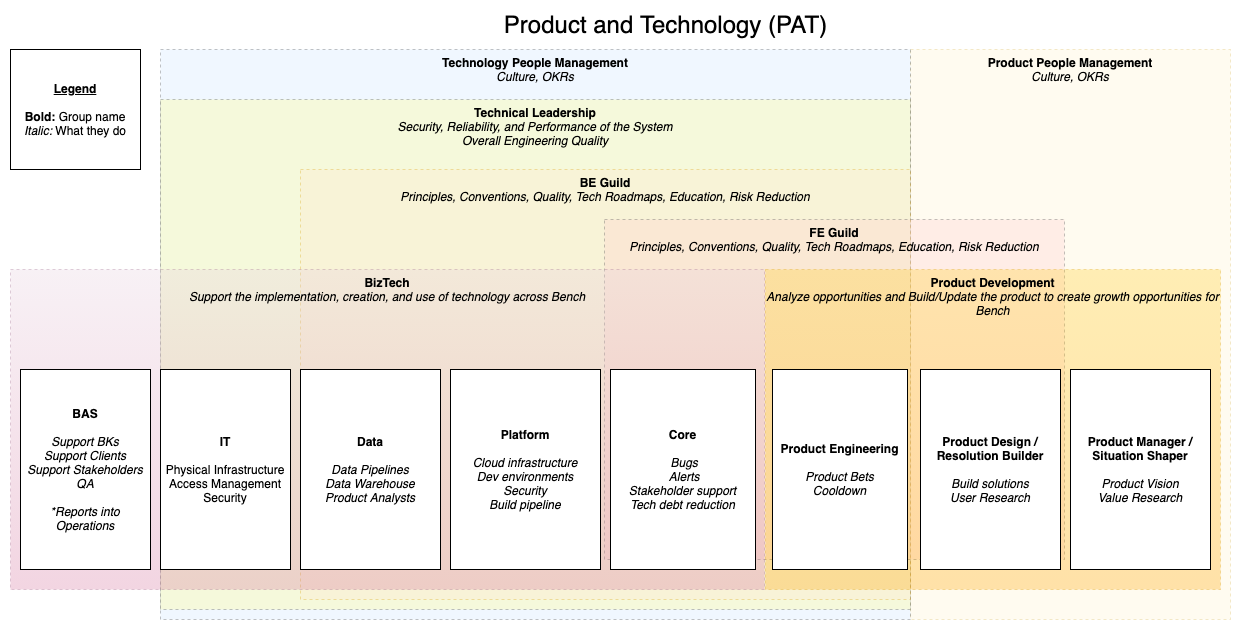
This is images/groups-and-functions.png from BenchLabs/bench-technology-handbook, a draw.io export, as it was before one commit. Source tidied: cells renumbered, new cells last; positions are measured from the earlier drawing's top-left corner, leaving out a move shared by most shapes.
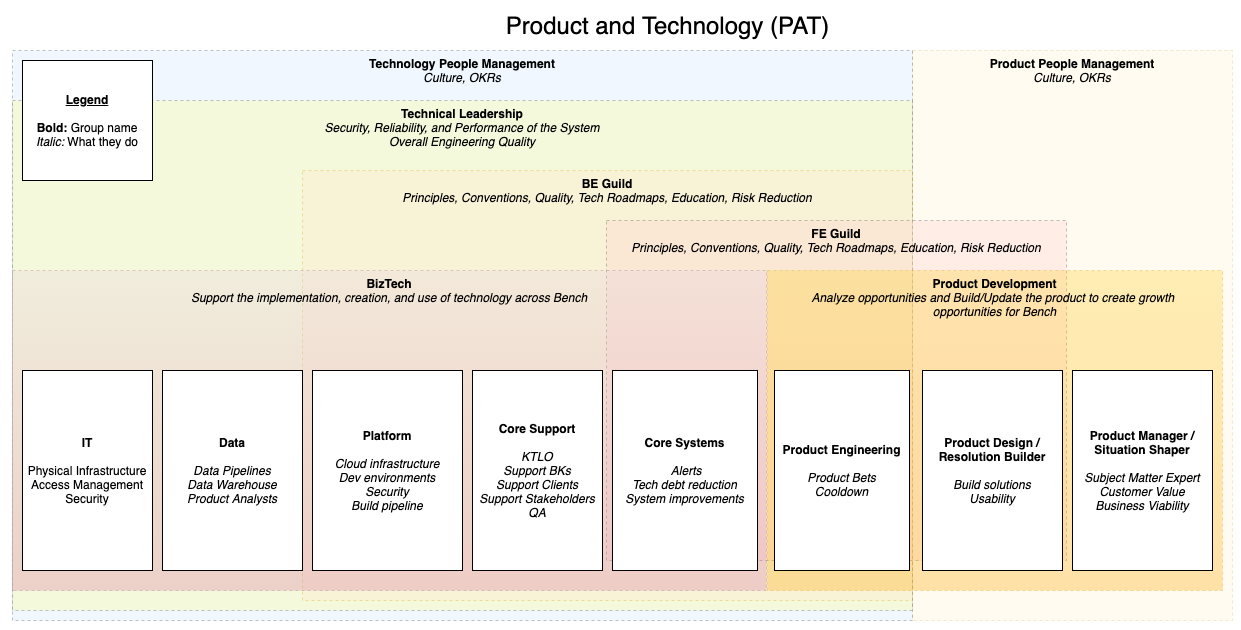
After the change.

Commit message:
update core definition

What changed in the source:
```diff
@@ -6,10 +6,10 @@
       <mxGeometry x="900" y="35" width="320" height="570" as="geometry" />
     </mxCell>
     <mxCell id="3" value="&lt;b&gt;Technology People Management&lt;br&gt;&lt;/b&gt;&lt;i&gt;Culture, OKRs&lt;/i&gt;" style="rounded=0;whiteSpace=wrap;html=1;verticalAlign=top;dashed=1;opacity=30;fillColor=#cce5ff;strokeColor=#36393d;" parent="1" vertex="1">
-      <mxGeometry x="150" y="35" width="750" height="570" as="geometry" />
+      <mxGeometry y="35" width="900" height="570" as="geometry" />
     </mxCell>
     <mxCell id="4" value="&lt;b&gt;Technical Leadership&lt;br&gt;&lt;/b&gt;&lt;i&gt;Security, Reliability, and Performance of the System&lt;br&gt;Overall Engineering Quality&lt;/i&gt;" style="rounded=0;whiteSpace=wrap;html=1;verticalAlign=top;dashed=1;opacity=30;fillColor=#ffff88;strokeColor=#36393d;" parent="1" vertex="1">
-      <mxGeometry x="150" y="85" width="750" height="510" as="geometry" />
+      <mxGeometry y="85" width="900" height="510" as="geometry" />
     </mxCell>
     <mxCell id="5" value="&lt;b&gt;BE Guild&lt;/b&gt;&lt;br&gt;&lt;i&gt;Principles, Conventions, Quality, Tech Roadmaps, Education, Risk Reduction&lt;/i&gt;" style="rounded=0;whiteSpace=wrap;html=1;dashed=1;verticalAlign=top;opacity=30;strokeColor=#d79b00;fillColor=#ffe6cc;" parent="1" vertex="1">
       <mxGeometry x="290" y="155" width="610" height="430" as="geometry" />
@@ -17,17 +17,17 @@
     <mxCell id="6" value="&lt;b&gt;FE Guild&lt;br&gt;&lt;/b&gt;&lt;i&gt;Principles, Conventions, Quality, Tech Roadmaps, Education, Risk Reduction&lt;/i&gt;&lt;b&gt;&lt;br&gt;&lt;/b&gt;" style="rounded=0;whiteSpace=wrap;html=1;verticalAlign=top;dashed=1;opacity=30;fillColor=#ffcccc;strokeColor=#36393d;" parent="1" vertex="1">
       <mxGeometry x="594" y="205" width="460" height="340" as="geometry" />
     </mxCell>
-    <mxCell id="7" value="&lt;b&gt;Product Development&lt;/b&gt;&lt;br&gt;&lt;i&gt;Analyze opportunities and Build/Update the product to create growth opportunities for Bench&lt;/i&gt;" style="rounded=0;whiteSpace=wrap;html=1;verticalAlign=top;dashed=1;opacity=30;fillColor=#ffcd28;strokeColor=#d79b00;gradientColor=#ffa500;" parent="1" vertex="1">
+    <mxCell id="7" value="&lt;b&gt;Product Development&lt;/b&gt;&lt;br&gt;&lt;i&gt;Analyze opportunities and Build/Update the product to create growth &lt;br&gt;opportunities for Bench&lt;/i&gt;" style="rounded=0;whiteSpace=wrap;html=1;verticalAlign=top;dashed=1;opacity=30;fillColor=#ffcd28;strokeColor=#d79b00;gradientColor=#ffa500;" parent="1" vertex="1">
       <mxGeometry x="755" y="255" width="455" height="320" as="geometry" />
     </mxCell>
-    <mxCell id="8" value="&lt;b&gt;Product Manager / Situation Shaper&lt;/b&gt;&lt;br&gt;&lt;br&gt;&lt;i&gt;Product Vision&lt;br&gt;Value Research&lt;/i&gt;" style="rounded=0;whiteSpace=wrap;html=1;" parent="1" vertex="1">
+    <mxCell id="8" value="&lt;b&gt;Product Manager / Situation Shaper&lt;/b&gt;&lt;br&gt;&lt;br&gt;&lt;i&gt;Subject Matter Expert&lt;br&gt;Customer Value&lt;br&gt;Business Viability&lt;/i&gt;" style="rounded=0;whiteSpace=wrap;html=1;" parent="1" vertex="1">
       <mxGeometry x="1060" y="355" width="140" height="200" as="geometry" />
     </mxCell>
-    <mxCell id="9" value="&lt;b&gt;Product Design / Resolution Builder&lt;br&gt;&lt;/b&gt;&lt;br&gt;&lt;i&gt;Build solutions&lt;br&gt;User Research&lt;br&gt;&lt;/i&gt;" style="rounded=0;whiteSpace=wrap;html=1;" parent="1" vertex="1">
+    <mxCell id="9" value="&lt;b&gt;Product Design / Resolution Builder&lt;br&gt;&lt;/b&gt;&lt;br&gt;&lt;i&gt;Build solutions&lt;br&gt;Usability&lt;br&gt;&lt;/i&gt;" style="rounded=0;whiteSpace=wrap;html=1;" parent="1" vertex="1">
       <mxGeometry x="910" y="355" width="140" height="200" as="geometry" />
     </mxCell>
     <mxCell id="10" value="&lt;b&gt;&lt;u&gt;Legend&lt;/u&gt;&lt;/b&gt;&lt;br&gt;&lt;br&gt;&lt;b&gt;Bold:&lt;/b&gt; Group name&lt;br&gt;&lt;div&gt;&lt;i&gt;Italic: &lt;/i&gt;What they do&lt;/div&gt;" style="rounded=0;whiteSpace=wrap;html=1;align=center;" parent="1" vertex="1">
-      <mxGeometry y="35" width="130" height="120" as="geometry" />
+      <mxGeometry x="10" y="45" width="130" height="120" as="geometry" />
     </mxCell>
     <mxCell id="11" style="edgeStyle=orthogonalEdgeStyle;rounded=0;orthogonalLoop=1;jettySize=auto;html=1;exitX=0.5;exitY=1;exitDx=0;exitDy=0;" parent="1" edge="1" source="10" target="10">
       <mxGeometry relative="1" as="geometry" />
@@ -36,21 +36,21 @@
       <mxGeometry y="255" width="754" height="320" as="geometry" />
     </mxCell>
     <mxCell id="13" value="&lt;b&gt;IT&lt;br&gt;&lt;/b&gt;&lt;br&gt;&lt;div&gt;&lt;span&gt;Physical Infrastructure&lt;/span&gt;&lt;/div&gt;&lt;div&gt;&lt;span&gt;Access Management&lt;/span&gt;&lt;/div&gt;&lt;div&gt;&lt;span&gt;Security&lt;/span&gt;&lt;/div&gt;" style="rounded=0;whiteSpace=wrap;html=1;align=center;" parent="1" vertex="1">
-      <mxGeometry x="150" y="355" width="130" height="200" as="geometry" />
+      <mxGeometry x="10" y="355" width="130" height="200" as="geometry" />
     </mxCell>
     <mxCell id="14" value="&lt;b&gt;Data&lt;/b&gt;&lt;br&gt;&lt;br&gt;&lt;i&gt;Data Pipelines&lt;br&gt;Data Warehouse&lt;br&gt;Product Analysts&lt;/i&gt;" style="rounded=0;whiteSpace=wrap;html=1;" parent="1" vertex="1">
-      <mxGeometry x="290" y="355" width="140" height="200" as="geometry" />
+      <mxGeometry x="150" y="355" width="140" height="200" as="geometry" />
     </mxCell>
     <mxCell id="15" value="&lt;b&gt;Platform&lt;/b&gt;&lt;br&gt;&lt;br&gt;&lt;i&gt;Cloud infrastructure&lt;br&gt;Dev environments&lt;br&gt;Security&lt;br&gt;Build pipeline&lt;/i&gt;" style="rounded=0;whiteSpace=wrap;html=1;" parent="1" vertex="1">
-      <mxGeometry x="440" y="355" width="150" height="200" as="geometry" />
+      <mxGeometry x="300" y="355" width="150" height="200" as="geometry" />
     </mxCell>
-    <mxCell id="16" value="&lt;b&gt;BAS&lt;/b&gt;&lt;br&gt;&lt;br&gt;&lt;div&gt;&lt;span&gt;&lt;i&gt;Support BKs&lt;/i&gt;&lt;/span&gt;&lt;/div&gt;&lt;i&gt;&lt;span&gt;&lt;div&gt;&lt;span&gt;Support Clients&lt;/span&gt;&lt;/div&gt;&lt;/span&gt;&lt;span&gt;&lt;div&gt;&lt;span&gt;Support Stakeholders&lt;/span&gt;&lt;/div&gt;&lt;/span&gt;&lt;span&gt;&lt;div&gt;&lt;span&gt;QA&lt;/span&gt;&lt;/div&gt;&lt;div&gt;&lt;span&gt;&lt;br&gt;&lt;/span&gt;&lt;/div&gt;&lt;div&gt;&lt;span&gt;*Reports into Operations&lt;/span&gt;&lt;/div&gt;&lt;/span&gt;&lt;/i&gt;" style="rounded=0;whiteSpace=wrap;html=1;align=center;" parent="1" vertex="1">
-      <mxGeometry x="10" y="355" width="130" height="200" as="geometry" />
+    <mxCell id="16" value="&lt;b&gt;Core Support&lt;/b&gt;&lt;br&gt;&lt;br&gt;&lt;div&gt;&lt;span&gt;&lt;i&gt;KTLO&lt;/i&gt;&lt;/span&gt;&lt;/div&gt;&lt;div&gt;&lt;span&gt;&lt;i&gt;Support BKs&lt;/i&gt;&lt;/span&gt;&lt;/div&gt;&lt;i&gt;&lt;span&gt;&lt;div&gt;&lt;span&gt;Support Clients&lt;/span&gt;&lt;/div&gt;&lt;/span&gt;&lt;span&gt;&lt;div&gt;&lt;span&gt;Support Stakeholders&lt;/span&gt;&lt;/div&gt;&lt;/span&gt;&lt;span&gt;&lt;div&gt;&lt;span&gt;QA&lt;/span&gt;&lt;/div&gt;&lt;/span&gt;&lt;/i&gt;" style="rounded=0;whiteSpace=wrap;html=1;align=center;" parent="1" vertex="1">
+      <mxGeometry x="460" y="355" width="130" height="200" as="geometry" />
     </mxCell>
     <mxCell id="17" value="&lt;b&gt;Product Engineering&lt;/b&gt;&lt;br&gt;&lt;br&gt;&lt;i&gt;Product Bets&lt;br&gt;Cooldown&lt;/i&gt;" style="rounded=0;whiteSpace=wrap;html=1;fillColor=#FFFFFF;" parent="1" vertex="1">
       <mxGeometry x="762" y="355" width="135" height="200" as="geometry" />
     </mxCell>
-    <mxCell id="18" value="&lt;b&gt;Core&lt;/b&gt;&lt;br&gt;&lt;br&gt;&lt;div&gt;&amp;nbsp;&lt;i&gt;Bugs&lt;/i&gt;&lt;/div&gt;&lt;div&gt;&lt;i&gt;&amp;nbsp;Alerts&lt;/i&gt;&lt;/div&gt;&lt;div&gt;&lt;i&gt;Stakeholder support&lt;/i&gt;&lt;br&gt;&lt;/div&gt;&lt;div&gt;&lt;i&gt;Tech debt reduction&lt;/i&gt;&lt;/div&gt;" style="rounded=0;whiteSpace=wrap;html=1;fillColor=#FFFFFF;" parent="1" vertex="1">
+    <mxCell id="18" value="&lt;b&gt;Core Systems&lt;/b&gt;&lt;br&gt;&lt;br&gt;&lt;div&gt;&lt;/div&gt;&lt;div&gt;&lt;i&gt;&amp;nbsp;Alerts&lt;/i&gt;&lt;/div&gt;&lt;div&gt;&lt;i&gt;Tech debt reduction&lt;/i&gt;&lt;br&gt;&lt;/div&gt;&lt;div&gt;&lt;i&gt;System improvements&lt;/i&gt;&lt;/div&gt;" style="rounded=0;whiteSpace=wrap;html=1;fillColor=#FFFFFF;" parent="1" vertex="1">
       <mxGeometry x="600" y="355" width="145" height="200" as="geometry" />
     </mxCell>
     <mxCell id="19" value="&lt;font style=&quot;font-size: 24px&quot;&gt;Product and Technology (PAT)&lt;/font&gt;" style="text;html=1;align=center;verticalAlign=middle;" parent="1" vertex="1">
```
